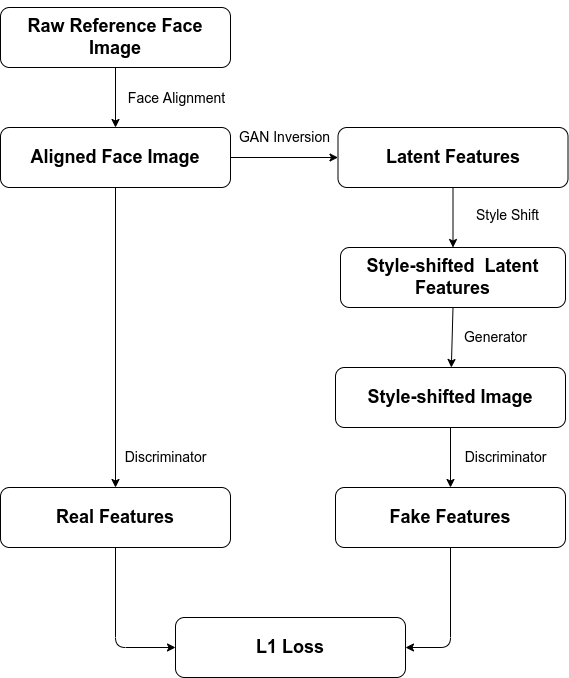
Before: JoJoGan_arch.png, a diagram exported from draw.io (hotTeaFun/DSA5204_JOJOGAN-master). Source tidied: cells renumbered, new cells last; positions are measured from the earlier drawing's top-left corner, leaving out a move shared by most shapes. The source it was exported from:
```xml
<mxGraphModel>
  <root>
    <mxCell id="0" />
    <mxCell id="1" parent="0" />
    <mxCell id="2" value="&lt;h2&gt;Raw Reference Face Image&lt;/h2&gt;" style="rounded=1;whiteSpace=wrap;html=1;" parent="1" vertex="1">
      <mxGeometry width="230" height="60" as="geometry" />
    </mxCell>
    <mxCell id="3" style="edgeStyle=none;html=1;exitX=1;exitY=0.5;exitDx=0;exitDy=0;entryX=0;entryY=0.5;entryDx=0;entryDy=0;" parent="1" edge="1" source="4" target="8">
      <mxGeometry relative="1" as="geometry" />
    </mxCell>
    <mxCell id="4" value="&lt;h2&gt;Aligned Face Image&lt;/h2&gt;" style="rounded=1;whiteSpace=wrap;html=1;" parent="1" vertex="1">
      <mxGeometry y="120" width="230" height="60" as="geometry" />
    </mxCell>
    <mxCell id="5" style="endArrow=classic;html=1;exitX=0.5;exitY=1;exitDx=0;exitDy=0;entryX=0.5;entryY=0;entryDx=0;entryDy=0;" parent="1" edge="1" source="2" target="4">
      <mxGeometry relative="1" as="geometry" />
    </mxCell>
    <mxCell id="6" value="Face Alignment" style="edgeLabel;html=1;align=center;verticalAlign=middle;fontSize=14;" parent="5" vertex="1">
      <mxGeometry x="-0.43" y="-2" relative="1" as="geometry">
        <mxPoint x="62" y="13" as="offset" />
      </mxGeometry>
    </mxCell>
    <mxCell id="7" style="edgeStyle=none;html=1;exitX=0.5;exitY=1;exitDx=0;exitDy=0;entryX=0.5;entryY=0;entryDx=0;entryDy=0;" parent="1" edge="1" source="8" target="13">
      <mxGeometry relative="1" as="geometry" />
    </mxCell>
    <mxCell id="8" value="&lt;h2&gt;Latent Features&lt;/h2&gt;" style="rounded=1;whiteSpace=wrap;html=1;" parent="1" vertex="1">
      <mxGeometry x="337.5" y="120" width="230" height="60" as="geometry" />
    </mxCell>
    <mxCell id="9" style="edgeStyle=none;html=1;exitX=0.5;exitY=1;exitDx=0;exitDy=0;entryX=0.5;entryY=0;entryDx=0;entryDy=0;fontSize=14;" parent="1" edge="1" source="4" target="11">
      <mxGeometry relative="1" as="geometry" />
    </mxCell>
    <mxCell id="10" style="edgeStyle=none;html=1;exitX=0.5;exitY=1;exitDx=0;exitDy=0;entryX=0;entryY=0.5;entryDx=0;entryDy=0;fontSize=14;" parent="1" edge="1" source="11" target="22">
      <mxGeometry relative="1" as="geometry">
        <Array as="points">
          <mxPoint x="115" y="640" />
        </Array>
      </mxGeometry>
    </mxCell>
    <mxCell id="11" value="&lt;h2&gt;Real Features&lt;/h2&gt;" style="rounded=1;whiteSpace=wrap;html=1;" parent="1" vertex="1">
      <mxGeometry y="480" width="230" height="60" as="geometry" />
    </mxCell>
    <mxCell id="12" style="edgeStyle=none;html=1;exitX=0.5;exitY=1;exitDx=0;exitDy=0;" parent="1" edge="1" source="13" target="16">
      <mxGeometry relative="1" as="geometry" />
    </mxCell>
    <mxCell id="13" value="&lt;h2&gt;Style-shifted&amp;nbsp; Latent Features&lt;/h2&gt;" style="rounded=1;whiteSpace=wrap;html=1;" parent="1" vertex="1">
      <mxGeometry x="340" y="240" width="225" height="60" as="geometry" />
    </mxCell>
    <mxCell id="14" value="Style Shift" style="edgeLabel;html=1;align=center;verticalAlign=middle;fontSize=14;" parent="1" vertex="1">
      <mxGeometry x="520" y="210" as="geometry">
        <mxPoint x="-14" y="-3" as="offset" />
      </mxGeometry>
    </mxCell>
    <mxCell id="15" style="edgeStyle=none;html=1;exitX=0.5;exitY=1;exitDx=0;exitDy=0;entryX=0.5;entryY=0;entryDx=0;entryDy=0;fontSize=14;" parent="1" edge="1" source="16" target="20">
      <mxGeometry relative="1" as="geometry" />
    </mxCell>
    <mxCell id="16" value="&lt;h2&gt;Style-shifted Image&lt;/h2&gt;" style="rounded=1;whiteSpace=wrap;html=1;" parent="1" vertex="1">
      <mxGeometry x="335" y="360" width="230" height="60" as="geometry" />
    </mxCell>
    <mxCell id="17" value="&lt;font style=&quot;font-size: 14px&quot;&gt;Generator&lt;/font&gt;" style="edgeLabel;html=1;align=center;verticalAlign=middle;" parent="1" vertex="1">
      <mxGeometry x="510" y="330" as="geometry">
        <mxPoint x="-16" y="-1" as="offset" />
      </mxGeometry>
    </mxCell>
    <mxCell id="18" value="&lt;span style=&quot;font-size: 14px&quot;&gt;Discriminator&lt;/span&gt;" style="edgeLabel;html=1;align=center;verticalAlign=middle;" parent="1" vertex="1">
      <mxGeometry x="180" y="450" as="geometry">
        <mxPoint x="-16" y="-1" as="offset" />
      </mxGeometry>
    </mxCell>
    <mxCell id="19" style="edgeStyle=none;html=1;exitX=0.5;exitY=1;exitDx=0;exitDy=0;entryX=1;entryY=0.5;entryDx=0;entryDy=0;fontSize=14;" parent="1" edge="1" source="20" target="22">
      <mxGeometry relative="1" as="geometry">
        <Array as="points">
          <mxPoint x="450" y="640" />
        </Array>
      </mxGeometry>
    </mxCell>
    <mxCell id="20" value="&lt;h2&gt;Fake Features&lt;/h2&gt;" style="rounded=1;whiteSpace=wrap;html=1;" parent="1" vertex="1">
      <mxGeometry x="335" y="480" width="230" height="60" as="geometry" />
    </mxCell>
    <mxCell id="21" value="&lt;span style=&quot;font-size: 14px&quot;&gt;Discriminator&lt;/span&gt;" style="edgeLabel;html=1;align=center;verticalAlign=middle;" parent="1" vertex="1">
      <mxGeometry x="520" y="450" as="geometry">
        <mxPoint x="-16" y="-1" as="offset" />
      </mxGeometry>
    </mxCell>
    <mxCell id="22" value="&lt;h2&gt;L1 Loss&lt;/h2&gt;" style="rounded=1;whiteSpace=wrap;html=1;" parent="1" vertex="1">
      <mxGeometry x="175" y="610" width="230" height="60" as="geometry" />
    </mxCell>
    <mxCell id="23" value="GAN Inversion" style="edgeLabel;html=1;align=center;verticalAlign=middle;fontSize=14;" parent="1" vertex="1">
      <mxGeometry x="280" y="130" as="geometry">
        <mxPoint x="3" y="-1" as="offset" />
      </mxGeometry>
    </mxCell>
  </root>
</mxGraphModel>
```
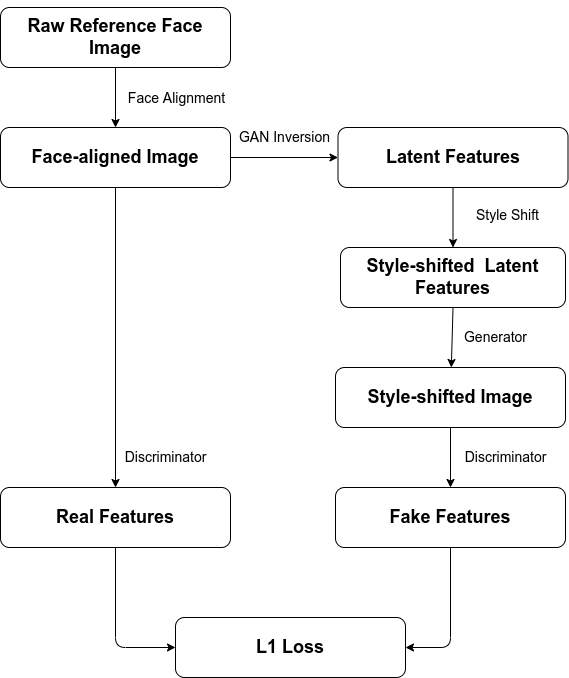
The same diagram one commit later.

Diff of the diagram source:
```diff
@@ -8,7 +8,7 @@
     <mxCell id="3" style="edgeStyle=none;html=1;exitX=1;exitY=0.5;exitDx=0;exitDy=0;entryX=0;entryY=0.5;entryDx=0;entryDy=0;" parent="1" edge="1" source="4" target="8">
       <mxGeometry relative="1" as="geometry" />
     </mxCell>
-    <mxCell id="4" value="&lt;h2&gt;Aligned Face Image&lt;/h2&gt;" style="rounded=1;whiteSpace=wrap;html=1;" parent="1" vertex="1">
+    <mxCell id="4" value="&lt;h2&gt;Face-aligned Image&lt;/h2&gt;" style="rounded=1;whiteSpace=wrap;html=1;" parent="1" vertex="1">
       <mxGeometry y="120" width="230" height="60" as="geometry" />
     </mxCell>
     <mxCell id="5" style="endArrow=classic;html=1;exitX=0.5;exitY=1;exitDx=0;exitDy=0;entryX=0.5;entryY=0;entryDx=0;entryDy=0;" parent="1" edge="1" source="2" target="4">
```
